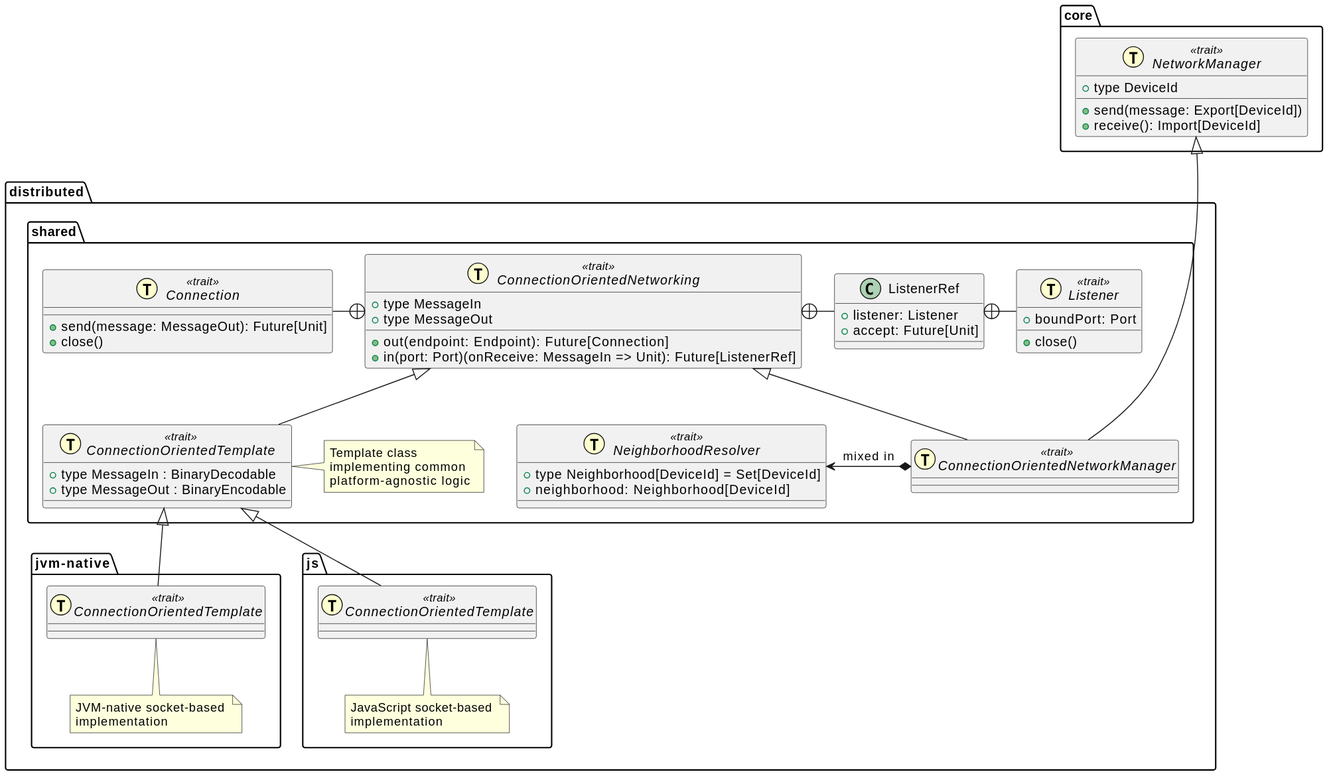
Earlier version of the PlantUML export out/resources/schemas/socket-distribution/socket-distribution.svg (tassiluca/scafi3-mp-api-thesis).
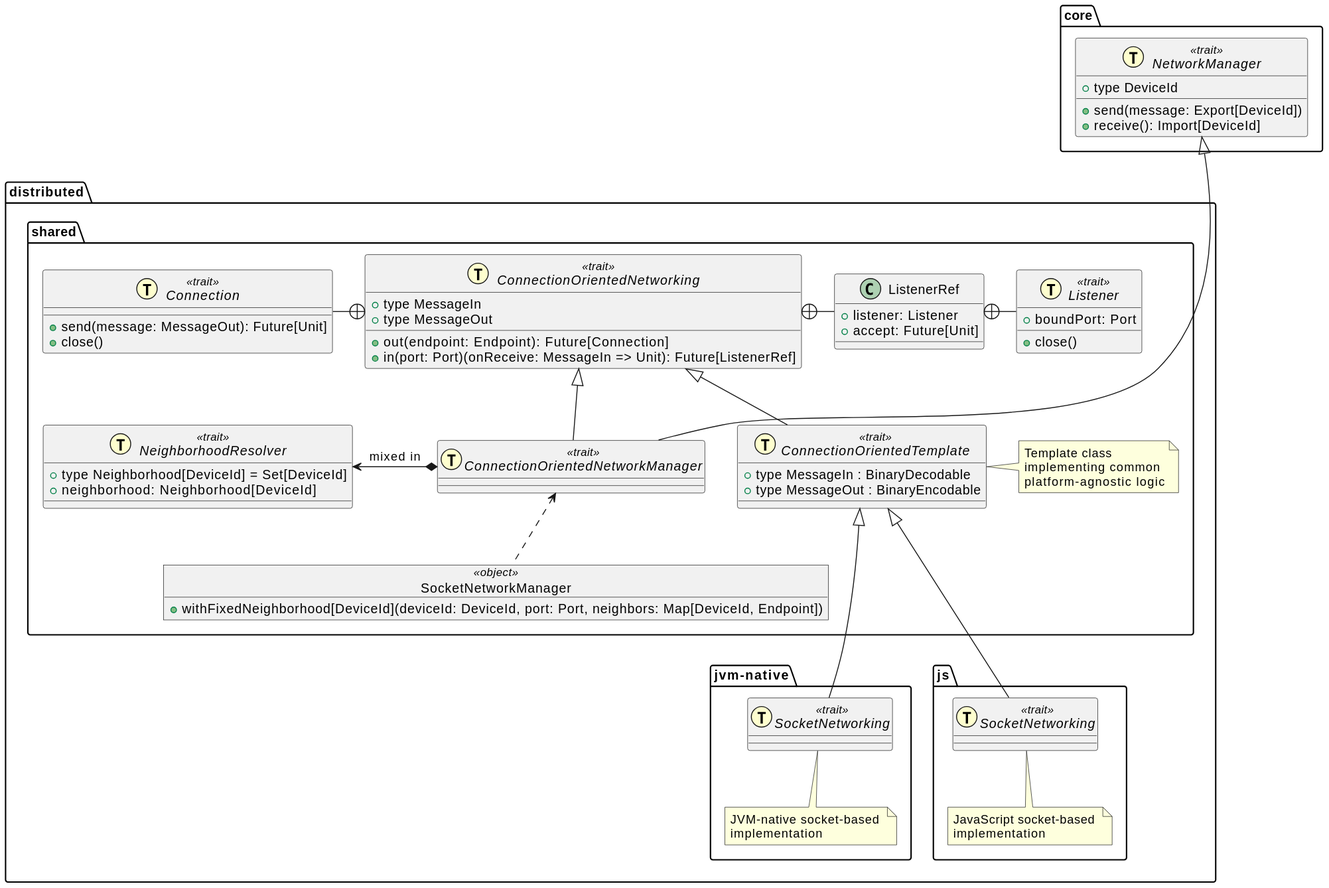
After the commit.

Commit message:
arch diagram

What changed in the source:
```diff
@@ -59,19 +59,26 @@
         interface ConnectionOrientedNetworkManager << (T,#FEFECE) trait >> extends ConnectionOrientedNetworking
         ConnectionOrientedNetworkManager *-left-> NeighborhoodResolver : mixed in
         core.NetworkManager <|--- ConnectionOrientedNetworkManager
+
+        object SocketNetworkManager <<object>> {
+            + withFixedNeighborhood[DeviceId](deviceId: DeviceId, port: Port, neighbors: Map[DeviceId, Endpoint])
+        }
+        SocketNetworkManager .up.> ConnectionOrientedNetworkManager
     }
 
     package "jvm-native" {
-        interface ConnectionOrientedTemplate << (T,#FEFECE) trait >> extends distributed.shared.ConnectionOrientedTemplate
-        note bottom of ConnectionOrientedTemplate
+        interface SocketNetworking << (T,#FEFECE) trait >>
+        SocketNetworking --up-|> distributed.shared.ConnectionOrientedTemplate
+        note bottom of SocketNetworking
             JVM-native socket-based
             implementation
         end note
     }
 
     package "js" {
-        interface ConnectionOrientedTemplate << (T,#FEFECE) trait >> extends distributed.shared.ConnectionOrientedTemplate
-        note bottom of ConnectionOrientedTemplate
+        interface SocketNetworking << (T,#FEFECE) trait >>
+        SocketNetworking --up-|> distributed.shared.ConnectionOrientedTemplate
+        note bottom of SocketNetworking
             JavaScript socket-based
             implementation
         end note
```
